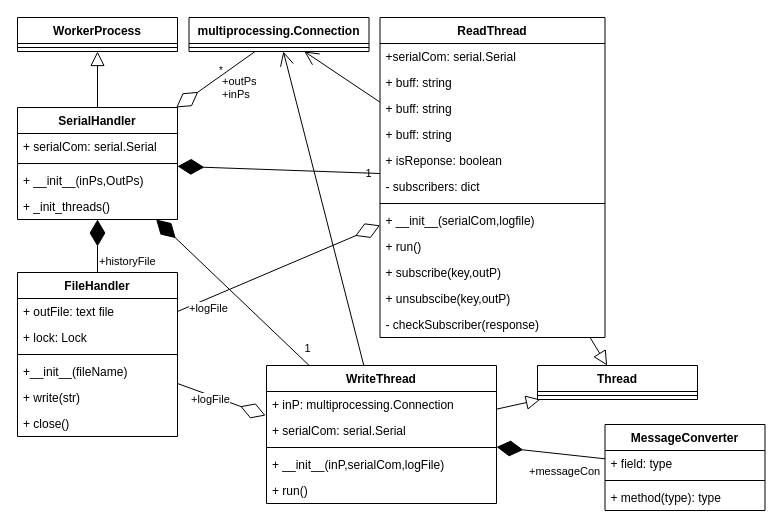
The draw.io diagram page "SerialHandler" (1 of 5) of docs/source/diagrams/ClassDiaStartUp.drawio in ECC-BFMC/Brain, before the edit. Source tidied: cells renumbered, new cells numbered last; positions are measured from the earlier drawing's top-left corner, leaving out a move shared by most shapes. Both pictures are drawn from the tidied source at 100%, with x=0, y=0 at pixel (17, 17).
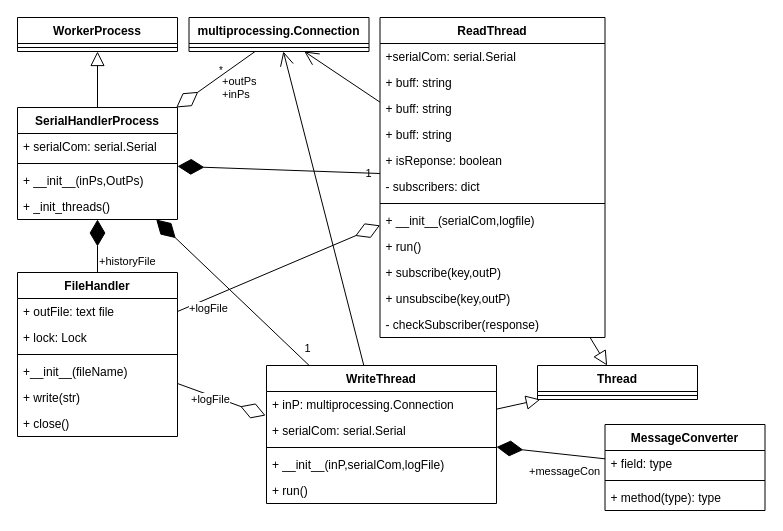
The same diagram, later.

Change to the diagram source:
```diff
@@
-    <mxCell id="2" value="SerialHandler" style="swimlane;fontStyle=1;align=center;verticalAlign=top;horizontal=1;startSize=26;" parent="1" vertex="1">
+    <mxCell id="2" value="SerialHandlerProcess" style="swimlane;fontStyle=1;align=center;verticalAlign=top;horizontal=1;startSize=26;" parent="1" vertex="1">
       <mxGeometry y="90" width="160" height="112" as="geometry" />
     </mxCell>
```
